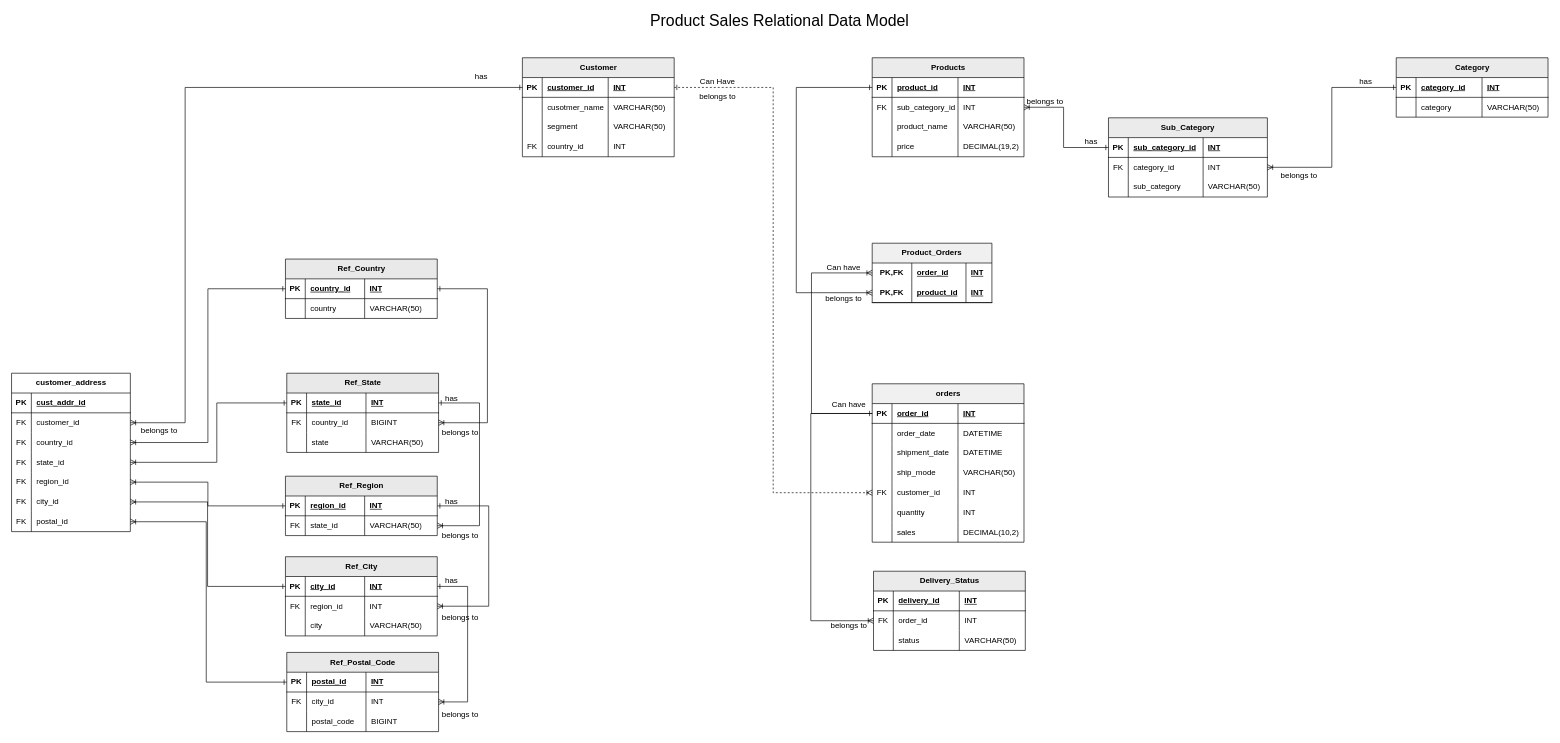
Earlier version of the draw.io diagram page "product_sales_oltp_dm" (2 of 3) of data_modelling/Entity_Relationship_Diagram/relationships/relationships.drawio (HariHaraChandar0715/Data_Warehouse_Learnings). Source tidied: cells renumbered, new cells numbered last; positions are measured from the earlier drawing's top-left corner, leaving out a move shared by most shapes. Both pictures are drawn from the tidied source at 66%, with x=0, y=0 at pixel (11, 11).
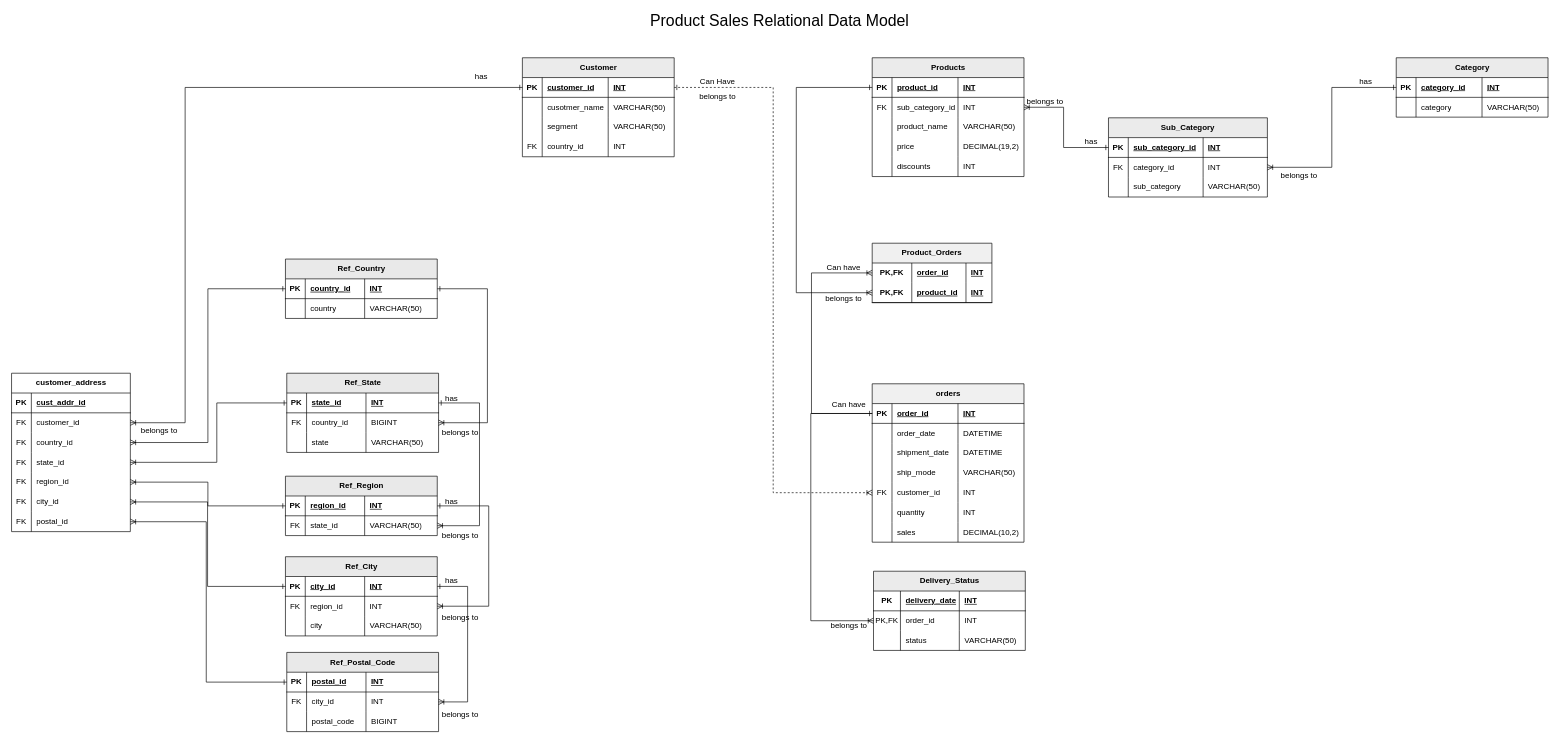
After the change.

Commit message:
created a olap data model

Unchanged cells that the change refers to:
```xml
<mxCell id="75" style="shape=tableRow;horizontal=0;startSize=0;swimlaneHead=0;swimlaneBody=0;fillColor=none;top=0;left=0;right=0;bottom=1;" parent="74" vertex="1">
  <mxGeometry y="30" width="230" height="30" as="geometry" />
</mxCell>
<mxCell id="79" style="shape=tableRow;horizontal=0;startSize=0;swimlaneHead=0;swimlaneBody=0;fillColor=none;points=[[0,0.5],[1,0.5]];portConstraint=eastwest;top=0;left=0;right=0;bottom=0;" parent="74" vertex="1">
  <mxGeometry y="60" width="230" height="30" as="geometry" />
</mxCell>
<mxCell id="83" style="shape=tableRow;horizontal=0;startSize=0;swimlaneHead=0;swimlaneBody=0;fillColor=none;top=0;left=0;right=0;bottom=0;" parent="74" vertex="1">
  <mxGeometry y="90" width="230" height="30" as="geometry" />
</mxCell>
```

The edit, as a diff of the source:
```diff
@@
     <mxCell id="28" value="Products" style="shape=table;startSize=30;childLayout=tableLayout;rowLines=0;fontStyle=1;align=center;html=1;fillColor=#EBEBEB;" parent="1" vertex="1">
-      <mxGeometry x="1304" y="70" width="230" height="150" as="geometry" />
+      <mxGeometry x="1304" y="70" width="230" height="180" as="geometry" />
     </mxCell>
@@
+    <mxCell id="224" style="shape=tableRow;horizontal=0;startSize=0;swimlaneHead=0;swimlaneBody=0;fillColor=none;top=0;left=0;right=0;bottom=0;" parent="28" vertex="1">
+      <mxGeometry y="150" width="230" height="30" as="geometry" />
+    </mxCell>
+    <mxCell id="225" style="shape=partialRectangle;fillColor=none;top=0;left=0;bottom=0;right=0;overflow=hidden;whiteSpace=wrap;html=1;" parent="224" vertex="1">
+      <mxGeometry width="30" height="30" as="geometry" />
+    </mxCell>
+    <mxCell id="226" value="discounts" style="shape=partialRectangle;fillColor=none;top=0;left=0;bottom=0;right=0;align=left;spacingLeft=6;overflow=hidden;whiteSpace=wrap;html=1;" parent="224" vertex="1">
+      <mxGeometry x="30" width="100" height="30" as="geometry" />
+    </mxCell>
+    <mxCell id="227" value="INT" style="shape=partialRectangle;fillColor=none;top=0;left=0;bottom=0;right=0;align=left;spacingLeft=6;overflow=hidden;whiteSpace=wrap;html=1;" parent="224" vertex="1">
+      <mxGeometry x="130" width="100" height="30" as="geometry" />
+    </mxCell>
@@
     <mxCell id="76" value="PK" style="shape=partialRectangle;fillColor=none;top=0;left=0;bottom=0;right=0;fontStyle=1;overflow=hidden;whiteSpace=wrap;html=1;" parent="75" vertex="1">
-      <mxGeometry width="30" height="30" as="geometry" />
+      <mxGeometry width="40.8" height="30" as="geometry" />
     </mxCell>
-    <mxCell id="77" value="delivery_id" style="shape=partialRectangle;fillColor=none;top=0;left=0;bottom=0;right=0;align=left;spacingLeft=6;fontStyle=5;overflow=hidden;whiteSpace=wrap;html=1;" parent="75" vertex="1">
-      <mxGeometry x="30" width="100" height="30" as="geometry" />
+    <mxCell id="77" value="delivery_date" style="shape=partialRectangle;fillColor=none;top=0;left=0;bottom=0;right=0;align=left;spacingLeft=6;fontStyle=5;overflow=hidden;whiteSpace=wrap;html=1;" parent="75" vertex="1">
+      <mxGeometry x="40.8" width="89.2" height="30" as="geometry" />
     </mxCell>
@@
-    <mxCell id="80" value="FK" style="shape=partialRectangle;fillColor=none;top=0;left=0;bottom=0;right=0;overflow=hidden;whiteSpace=wrap;html=1;" parent="79" vertex="1">
-      <mxGeometry width="30" height="30" as="geometry" />
+    <mxCell id="80" value="PK,FK" style="shape=partialRectangle;fillColor=none;top=0;left=0;bottom=0;right=0;overflow=hidden;whiteSpace=wrap;html=1;" parent="79" vertex="1">
+      <mxGeometry width="40.8" height="30" as="geometry" />
     </mxCell>
     <mxCell id="81" value="order_id" style="shape=partialRectangle;fillColor=none;top=0;left=0;bottom=0;right=0;align=left;spacingLeft=6;overflow=hidden;whiteSpace=wrap;html=1;" parent="79" vertex="1">
-      <mxGeometry x="30" width="100" height="30" as="geometry" />
+      <mxGeometry x="40.8" width="89.2" height="30" as="geometry" />
     </mxCell>
@@
     <mxCell id="84" style="shape=partialRectangle;fillColor=none;top=0;left=0;bottom=0;right=0;overflow=hidden;whiteSpace=wrap;html=1;" parent="83" vertex="1">
-      <mxGeometry width="30" height="30" as="geometry" />
+      <mxGeometry width="40.8" height="30" as="geometry" />
     </mxCell>
     <mxCell id="85" value="status" style="shape=partialRectangle;fillColor=none;top=0;left=0;bottom=0;right=0;align=left;spacingLeft=6;overflow=hidden;whiteSpace=wrap;html=1;" parent="83" vertex="1">
-      <mxGeometry x="30" width="100" height="30" as="geometry" />
+      <mxGeometry x="40.8" width="89.2" height="30" as="geometry" />
     </mxCell>
```
